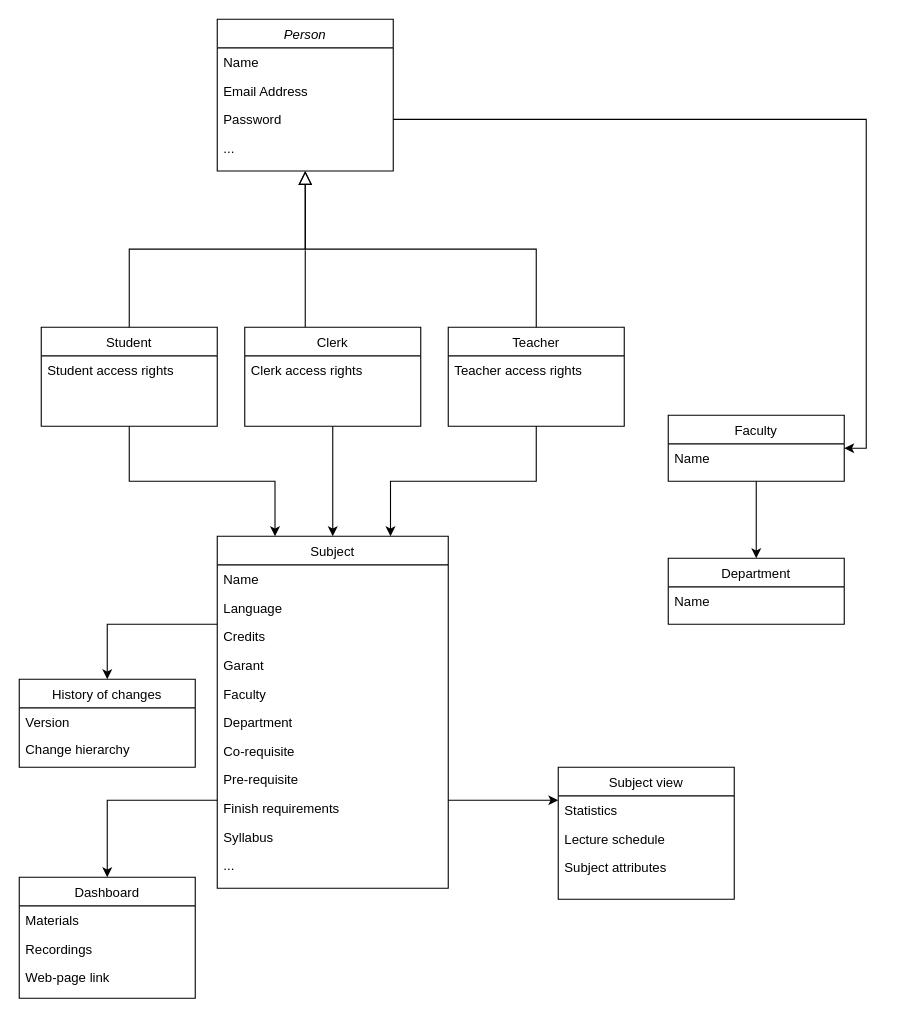
Earlier version of the draw.io diagram data/Domain_model.drawio (vestr-at-work/mff-uk-introduction-to-software-engineering). Source tidied: cells renumbered, new cells numbered last; positions are measured from the earlier drawing's top-left corner, leaving out a move shared by most shapes. Both pictures are drawn from the tidied source at 110%, with x=0, y=0 at pixel (19, 19).
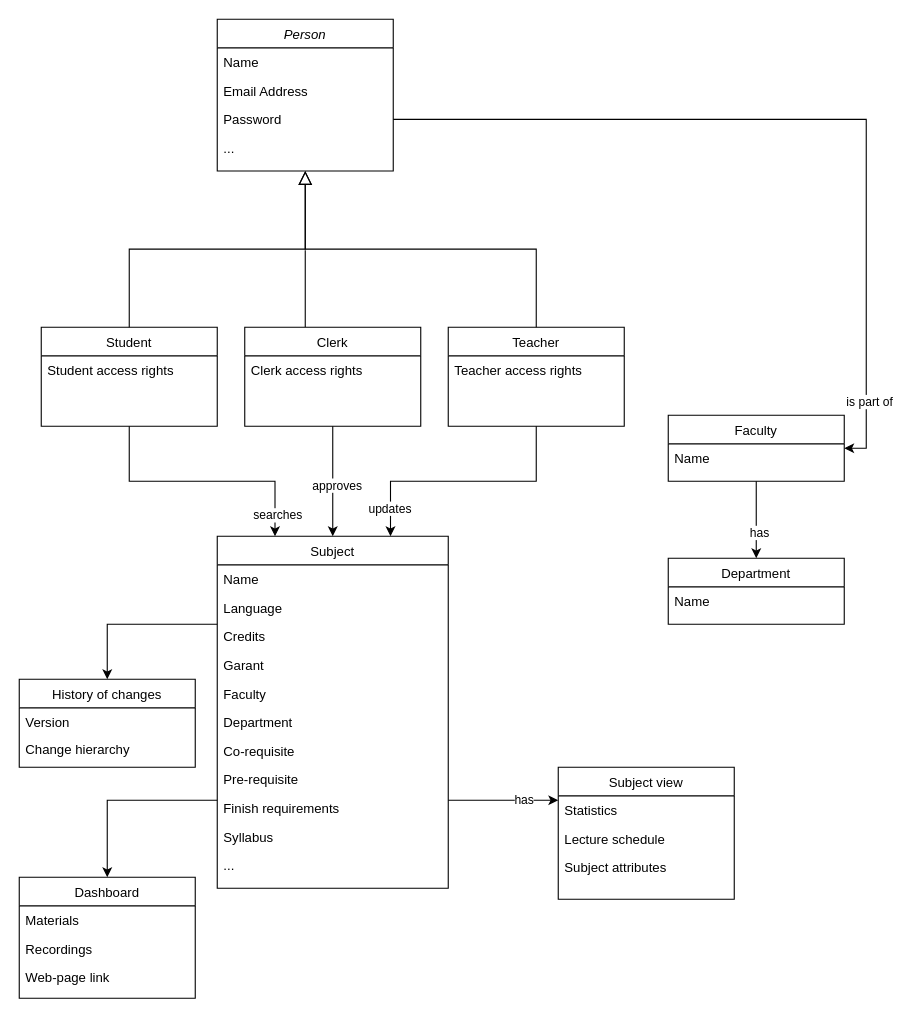
The same page after the edit.

Unchanged cells that the change refers to:
```xml
<mxCell id="7" style="edgeStyle=orthogonalEdgeStyle;rounded=0;jettySize=auto;html=1;exitX=0.5;exitY=1;exitDx=0;exitDy=0;entryX=0.25;entryY=0;entryDx=0;entryDy=0;" parent="1" edge="1" source="8" target="18">
  <mxGeometry relative="1" as="geometry" />
</mxCell>
<mxCell id="11" style="edgeStyle=orthogonalEdgeStyle;rounded=0;jettySize=auto;html=1;exitX=0.5;exitY=1;exitDx=0;exitDy=0;entryX=0.75;entryY=0;entryDx=0;entryDy=0;" parent="1" edge="1" source="12" target="18">
  <mxGeometry relative="1" as="geometry" />
</mxCell>
<mxCell id="18" value="Subject" style="swimlane;fontStyle=0;align=center;verticalAlign=top;horizontal=1;startSize=26;rounded=0;shadow=0;strokeWidth=1;" parent="1" vertex="1">
  <mxGeometry x="180" y="470" width="210" height="320" as="geometry" />
</mxCell>
<mxCell id="31" style="endArrow=classic;html=1;rounded=0;entryX=0.5;entryY=0;entryDx=0;entryDy=0;exitX=0.5;exitY=1;exitDx=0;exitDy=0;" parent="1" edge="1" source="44" target="18">
  <mxGeometry relative="1" as="geometry" />
</mxCell>
<mxCell id="32" style="edgeStyle=orthogonalEdgeStyle;rounded=0;jettySize=auto;html=1;entryX=0.5;entryY=0;entryDx=0;entryDy=0;" parent="1" edge="1" source="33" target="35">
  <mxGeometry relative="1" as="geometry" />
</mxCell>
<mxCell id="46" value="Subject view" style="swimlane;fontStyle=0;align=center;verticalAlign=top;horizontal=1;startSize=26;rounded=0;shadow=0;strokeWidth=1;" parent="1" vertex="1">
  <mxGeometry x="490" y="680" width="160" height="120" as="geometry" />
</mxCell>
<mxCell id="50" style="edgeStyle=orthogonalEdgeStyle;rounded=0;jettySize=auto;html=1;exitX=1;exitY=0.5;exitDx=0;exitDy=0;entryX=1;entryY=0.5;entryDx=0;entryDy=0;" parent="1" edge="1" source="5" target="33">
  <mxGeometry relative="1" as="geometry" />
</mxCell>
```

Diff of the diagram source:
```diff
@@
+    <mxCell id="51" value="searches" style="edgeLabel;html=1;align=center;verticalAlign=middle;" parent="7" vertex="1">
+      <mxGeometry x="0.83" y="2" relative="1" as="geometry" />
+    </mxCell>
@@
+    <mxCell id="52" value="updates" style="edgeLabel;html=1;align=center;verticalAlign=middle;" parent="11" vertex="1">
+      <mxGeometry x="0.78" y="-1" relative="1" as="geometry" />
+    </mxCell>
@@
-    <mxCell id="15" style="edgeStyle=orthogonalEdgeStyle;rounded=0;jettySize=auto;html=1;exitX=1;exitY=0.75;exitDx=0;exitDy=0;entryX=0;entryY=0.25;entryDx=0;entryDy=0;" parent="1" edge="1" source="18" target="46">
-      <mxGeometry relative="1" as="geometry" />
+    <mxCell id="15" value="has" style="edgeStyle=orthogonalEdgeStyle;rounded=0;jettySize=auto;html=1;exitX=1;exitY=0.75;exitDx=0;exitDy=0;entryX=0;entryY=0.25;entryDx=0;entryDy=0;" parent="1" edge="1" source="18" target="46">
+      <mxGeometry x="0.4" relative="1" as="geometry">
+        <mxPoint x="-1" as="offset" />
+      </mxGeometry>
     </mxCell>
@@
+    <mxCell id="53" value="approves" style="edgeLabel;html=1;align=center;verticalAlign=middle;" parent="31" vertex="1">
+      <mxGeometry x="0.06" y="3" relative="1" as="geometry" />
+    </mxCell>
@@
+    <mxCell id="54" value="has" style="edgeLabel;html=1;align=center;verticalAlign=middle;" parent="32" vertex="1">
+      <mxGeometry x="0.3" y="2" relative="1" as="geometry" />
+    </mxCell>
@@
+    <mxCell id="55" value="is part of" style="edgeLabel;html=1;align=center;verticalAlign=middle;" parent="50" vertex="1">
+      <mxGeometry x="0.83" y="2" relative="1" as="geometry">
+        <mxPoint y="1" as="offset" />
+      </mxGeometry>
+    </mxCell>
```
